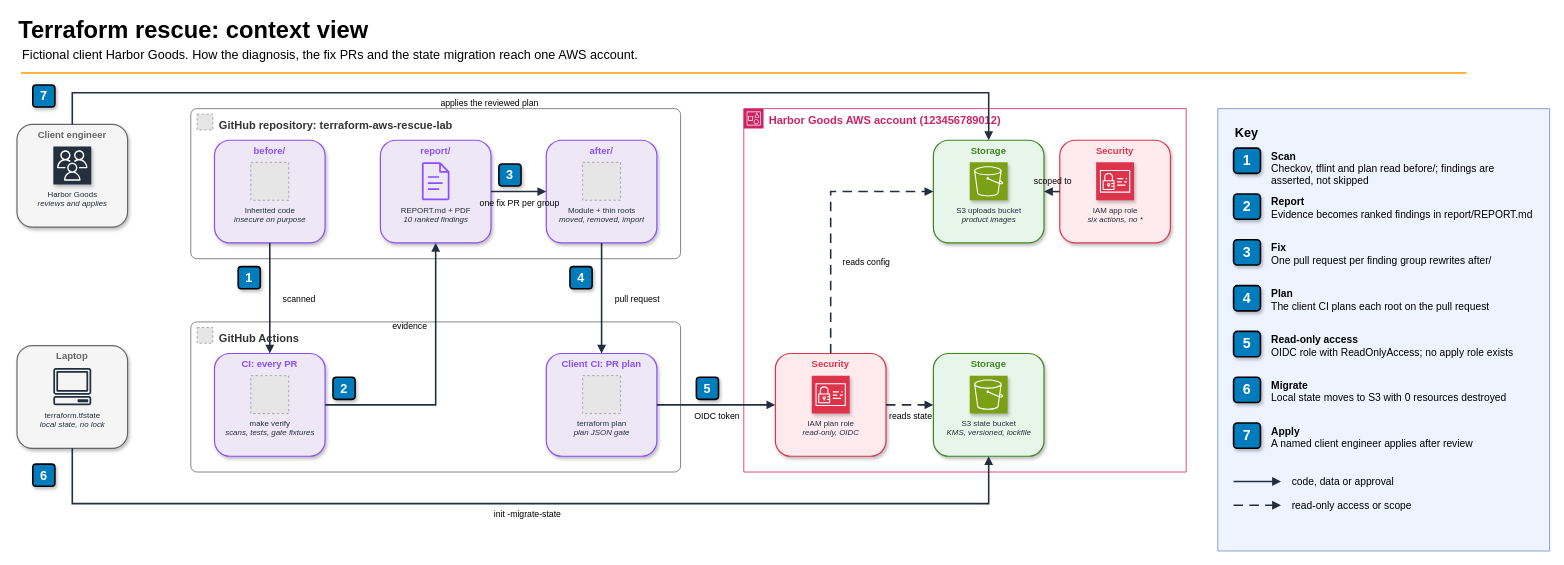
This is docs/diagrams/rescue-context.drawio from gamaware/terraform-aws-rescue-lab, a draw.io file, before an edit. Source tidied: cells renumbered, new cells numbered last; positions are measured from the earlier drawing's top-left corner, leaving out a move shared by most shapes. Both pictures are drawn from the tidied source at 79%, with x=0, y=0 at pixel (17, 13). Pictures stored in the file or linked from it are replaced by grey dashed boxes.
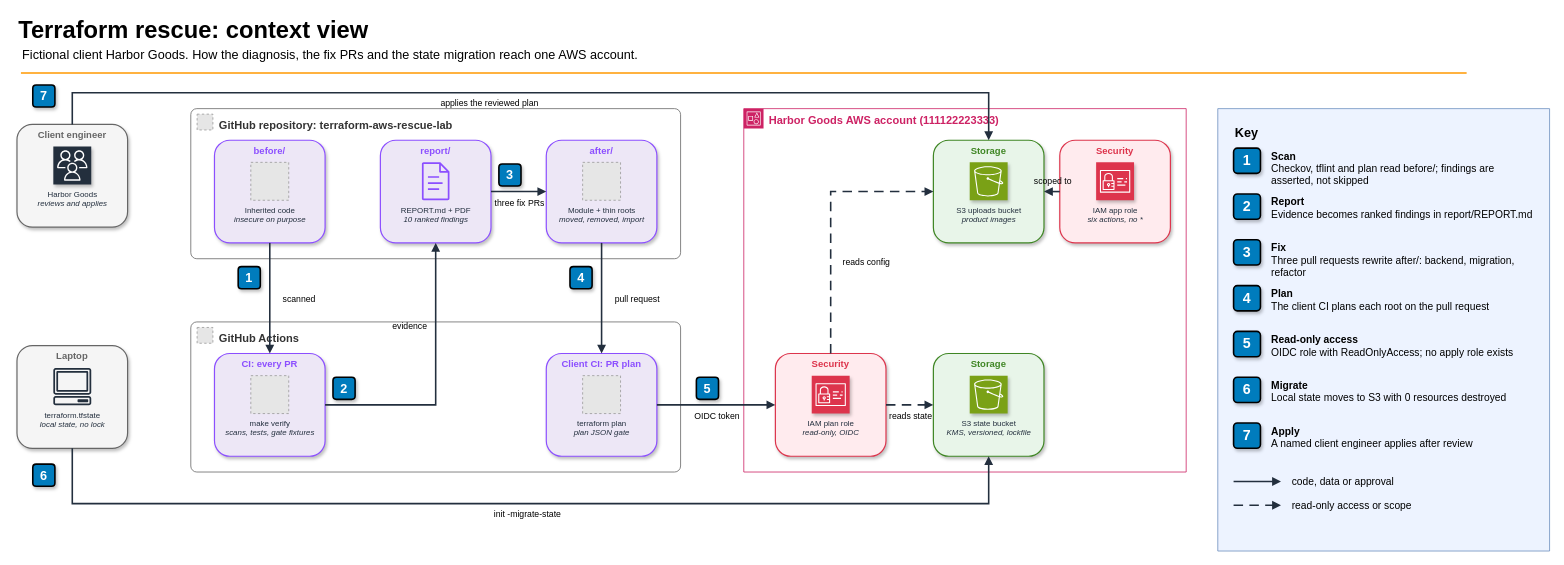
Above is the later version.

The change refers to these unchanged cells:
```xml
<mxCell id="39" style="edgeStyle=orthogonalEdgeStyle;rounded=0;jettySize=auto;html=1;strokeWidth=2;endArrow=block;endFill=1;strokeColor=light-dark(#232F3E,#D4D4D4);fontFamily=Helvetica;exitX=1;exitY=0.5;exitDx=0;exitDy=0;entryX=0;entryY=0.5;entryDx=0;entryDy=0;" parent="1" edge="1" source="14" target="16">
  <mxGeometry relative="1" as="geometry" />
</mxCell>
```

Diff of the diagram source:
```diff
@@
-    <mxCell id="24" value="Harbor Goods AWS account (123456789012)" style="gradientColor=none;html=1;whiteSpace=wrap;fontSize=14;fontStyle=1;shape=mxgraph.aws4.group;grIcon=mxgraph.aws4.group_account;strokeColor=#CD2264;fillColor=none;verticalAlign=top;align=left;spacingLeft=30;fontColor=#CD2264;dashed=0;fontFamily=Helvetica;" parent="1" vertex="1">
+    <mxCell id="24" value="Harbor Goods AWS account (111122223333)" style="gradientColor=none;html=1;whiteSpace=wrap;fontSize=14;fontStyle=1;shape=mxgraph.aws4.group;grIcon=mxgraph.aws4.group_account;strokeColor=#CD2264;fillColor=none;verticalAlign=top;align=left;spacingLeft=30;fontColor=#CD2264;dashed=0;fontFamily=Helvetica;" parent="1" vertex="1">
       <mxGeometry x="920" y="120" width="560" height="460" as="geometry" />
     </mxCell>
@@
-    <mxCell id="40" value="one fix PR per group" style="edgeLabel;html=1;align=center;verticalAlign=middle;labelBackgroundColor=none;fontSize=11;fontFamily=Helvetica;" parent="39" vertex="1">
+    <mxCell id="40" value="three fix PRs" style="edgeLabel;html=1;align=center;verticalAlign=middle;labelBackgroundColor=none;fontSize=11;fontFamily=Helvetica;" parent="39" vertex="1">
       <mxGeometry y="-14" relative="1" as="geometry" />
     </mxCell>
@@
-    <mxCell id="67" value="&lt;b&gt;Fix&lt;/b&gt;&lt;br&gt;&lt;span style=&quot;color: light-dark(rgb(0,0,0), rgb(255,255,255));&quot;&gt;One pull request per finding group rewrites after/&lt;/span&gt;" style="text;html=1;align=left;verticalAlign=top;spacingTop=-4;fontSize=13;labelBackgroundColor=none;whiteSpace=wrap;fontFamily=Helvetica;" parent="1" vertex="1">
+    <mxCell id="67" value="&lt;b&gt;Fix&lt;/b&gt;&lt;br&gt;&lt;span style=&quot;color: light-dark(rgb(0,0,0), rgb(255,255,255));&quot;&gt;Three pull requests rewrite after/: backend, migration, refactor&lt;/span&gt;" style="text;html=1;align=left;verticalAlign=top;spacingTop=-4;fontSize=13;labelBackgroundColor=none;whiteSpace=wrap;fontFamily=Helvetica;" parent="1" vertex="1">
       <mxGeometry x="1586" y="286" width="334" height="52" as="geometry" />
     </mxCell>
```
